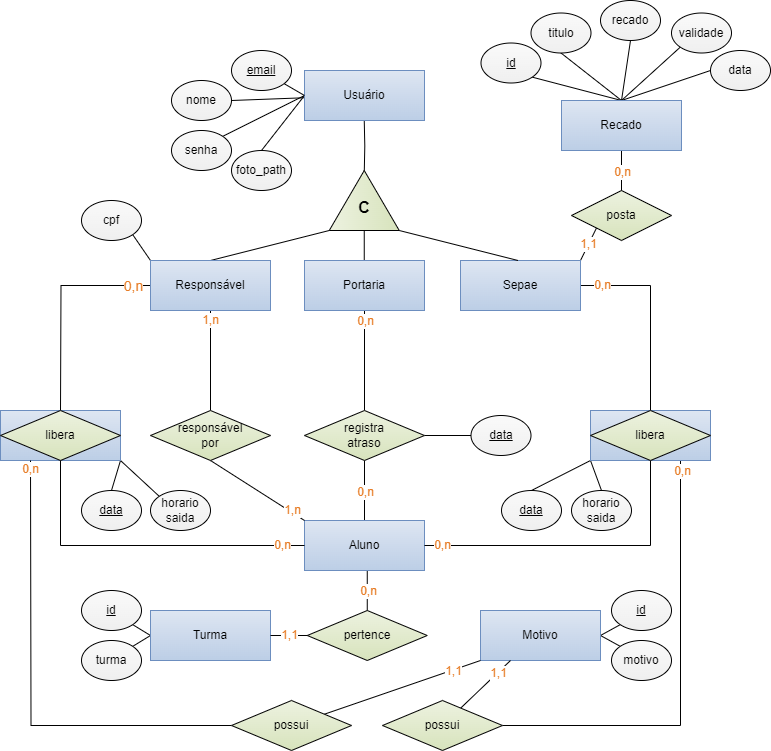
The draw.io diagram documentos/TCC/SEPAIS_DER.png in garzuze/SEPAIS, before a commit. Source tidied: cells renumbered, new cells last; positions are measured from the earlier drawing's top-left corner, leaving out a move shared by most shapes.
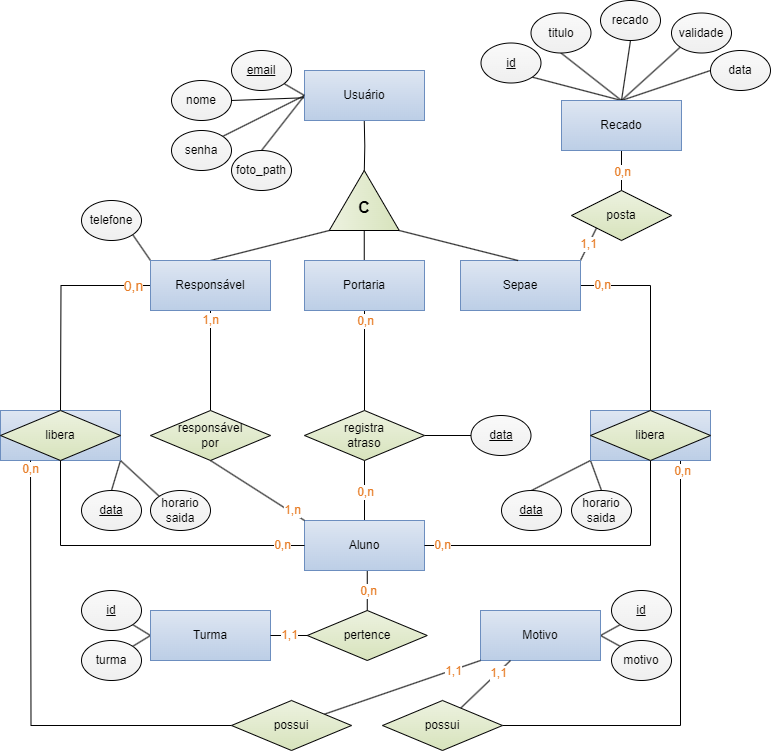
The same file after the commit.

The edit, as a diff of the source:
```diff
@@ -232,7 +232,7 @@
     <mxCell id="68" value="senha" style="ellipse;whiteSpace=wrap;html=1;align=center;strokeColor=default;verticalAlign=middle;fontFamily=Helvetica;fontSize=12;fontColor=default;fillColor=#fafafa;gradientColor=#efefef;" parent="1" vertex="1">
       <mxGeometry x="171" y="130" width="60" height="40" as="geometry" />
     </mxCell>
-    <mxCell id="69" value="cpf" style="ellipse;whiteSpace=wrap;html=1;align=center;strokeColor=default;verticalAlign=middle;fontFamily=Helvetica;fontSize=12;fontColor=default;fillColor=#fafafa;gradientColor=#efefef;" parent="1" vertex="1">
+    <mxCell id="69" value="telefone" style="ellipse;whiteSpace=wrap;html=1;align=center;strokeColor=default;verticalAlign=middle;fontFamily=Helvetica;fontSize=12;fontColor=default;fillColor=#fafafa;gradientColor=#efefef;" parent="1" vertex="1">
       <mxGeometry x="81" y="200" width="60" height="40" as="geometry" />
     </mxCell>
     <mxCell id="70" value="id" style="ellipse;whiteSpace=wrap;html=1;align=center;fontStyle=4;gradientColor=#efefef;fillColor=#fafafa;" parent="1" vertex="1">
```
